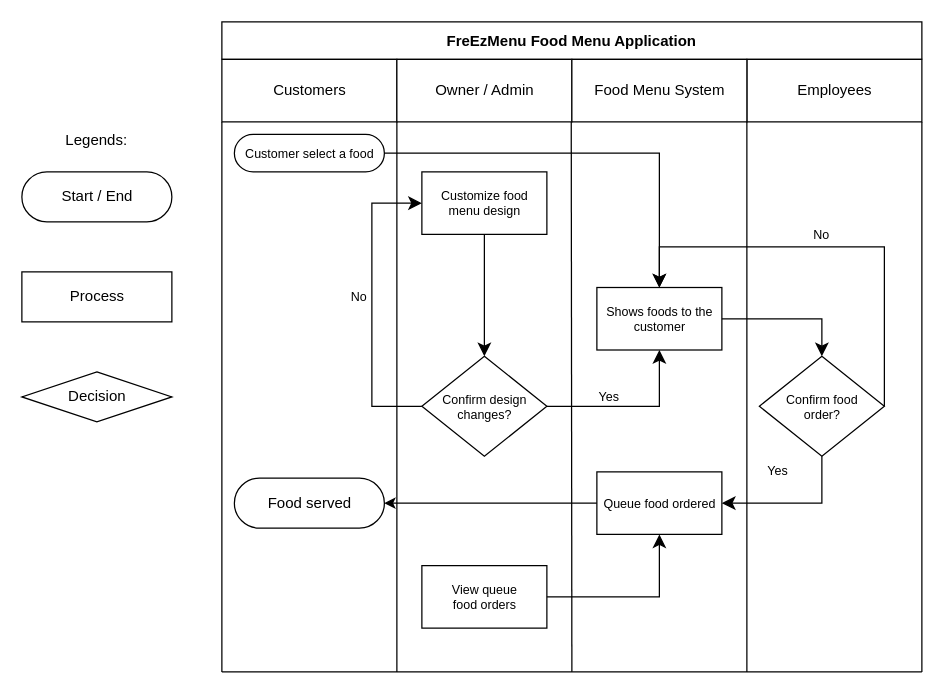
Above: DOCS/Diagrams/Swimlane Activty Diagram.drawio in alexxGmZ/MenuMaApp (draw.io), before the change. Source tidied: cells renumbered, new cells numbered last; positions are measured from the earlier drawing's top-left corner, leaving out a move shared by most shapes. Both pictures are drawn from the tidied source at 125%, with x=0, y=0 at pixel (21, 21).
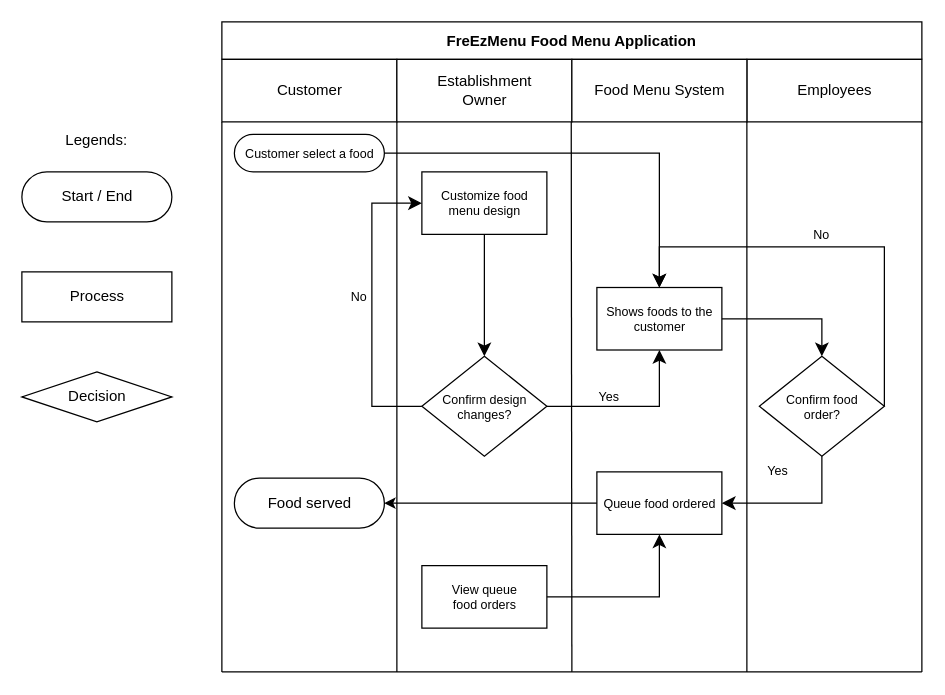
The same diagram, later.

Commit message (it also covers changes not shown here):
diagram(swimlane): updated swimlane activity diagram

The edit, as a diff of the source:
```diff
@@
-    <mxCell id="6" value="Customers" style="html=1;dashed=0;whitespace=wrap;labelBackgroundColor=none;labelBorderColor=none;" parent="1" vertex="1">
+    <mxCell id="6" value="Customer" style="html=1;dashed=0;whitespace=wrap;labelBackgroundColor=none;labelBorderColor=none;" parent="1" vertex="1">
       <mxGeometry x="160" y="30" width="140" height="50" as="geometry" />
     </mxCell>
-    <mxCell id="7" value="Owner / Admin" style="html=1;dashed=0;whitespace=wrap;labelBackgroundColor=none;labelBorderColor=none;" parent="1" vertex="1">
+    <mxCell id="7" value="Establishment&lt;br&gt;Owner" style="html=1;dashed=0;whitespace=wrap;labelBackgroundColor=none;labelBorderColor=none;" parent="1" vertex="1">
       <mxGeometry x="300" y="30" width="140" height="50" as="geometry" />
     </mxCell>
```
